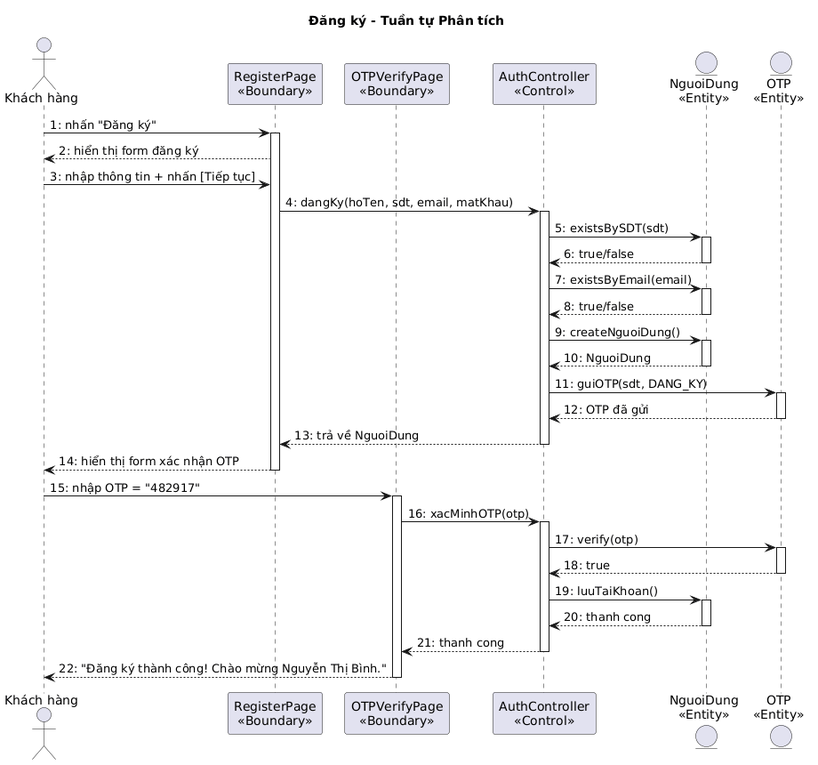
Before: output/diagrams/account_seq_register.png, a diagram exported from PlantUML (thanhtrnnn/cnpm).
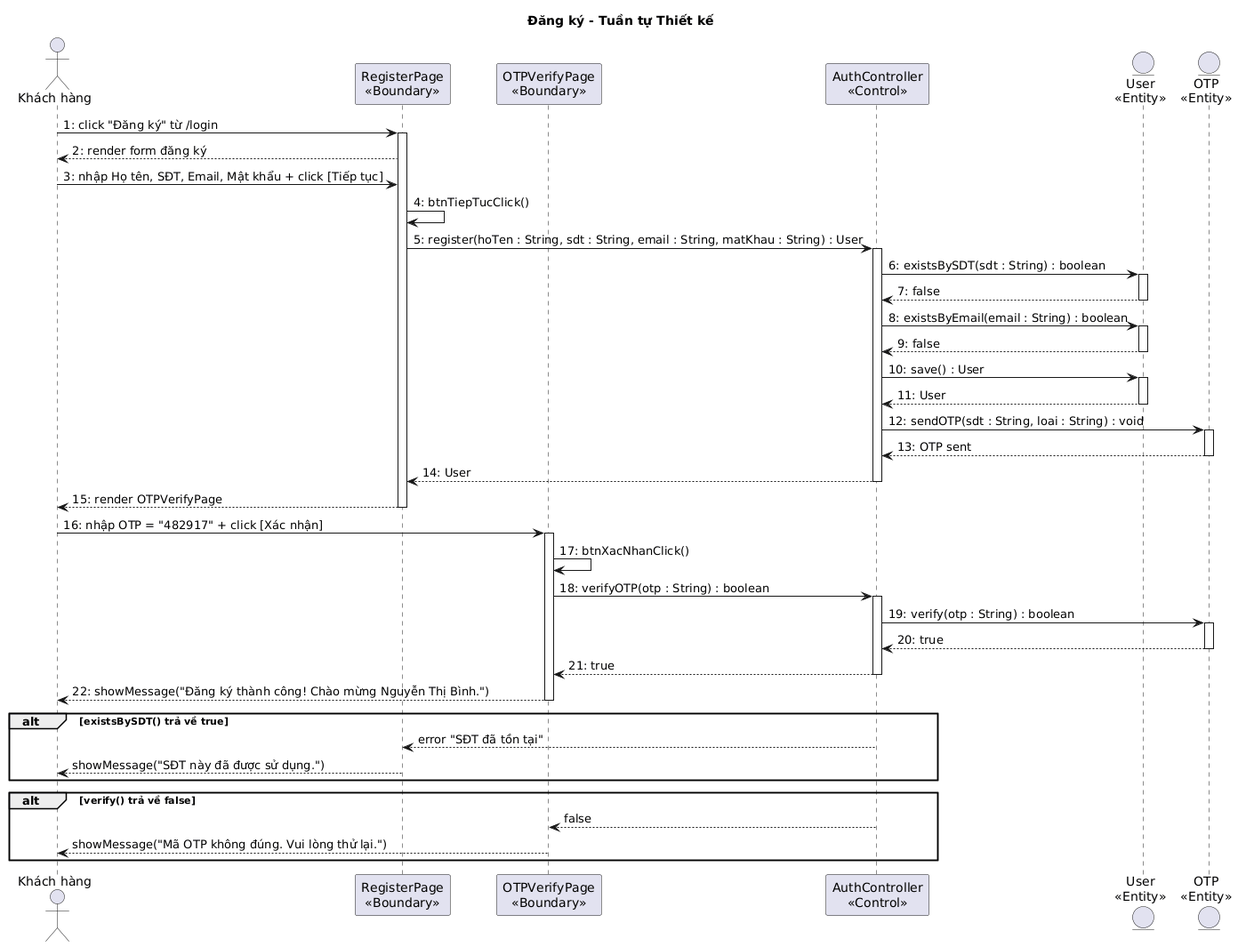
The same file after the commit.

The edit, as a diff of the source:
```diff
@@ -1,54 +1,62 @@
 @startuml
-title Đăng ký - Tuần tự Phân tích
+title Đăng ký - Tuần tự Thiết kế
 
 actor "Khách hàng" as KH
 participant "RegisterPage\n<<Boundary>>" as B1
 participant "OTPVerifyPage\n<<Boundary>>" as B2
 participant "AuthController\n<<Control>>" as C1
-entity "NguoiDung\n<<Entity>>" as E1
+entity "User\n<<Entity>>" as E1
 entity "OTP\n<<Entity>>" as E2
 
-KH -> B1 : 1: nhấn "Đăng ký"
+KH -> B1 : 1: click "Đăng ký" từ /login
 activate B1
-B1 --> KH : 2: hiển thị form đăng ký
-KH -> B1 : 3: nhập thông tin + nhấn [Tiếp tục]
-B1 -> C1 : 4: dangKy(hoTen, sdt, email, matKhau)
+B1 --> KH : 2: render form đăng ký
+KH -> B1 : 3: nhập Họ tên, SĐT, Email, Mật khẩu + click [Tiếp tục]
+B1 -> B1 : 4: btnTiepTucClick()
+B1 -> C1 : 5: register(hoTen : String, sdt : String, email : String, matKhau : String) : User
 activate C1
-C1 -> E1 : 5: existsBySDT(sdt)
+C1 -> E1 : 6: existsBySDT(sdt : String) : boolean
 activate E1
-E1 --> C1 : 6: true/false
+E1 --> C1 : 7: false
 deactivate E1
-C1 -> E1 : 7: existsByEmail(email)
+C1 -> E1 : 8: existsByEmail(email : String) : boolean
 activate E1
-E1 --> C1 : 8: true/false
+E1 --> C1 : 9: false
 deactivate E1
-C1 -> E1 : 9: createNguoiDung()
+C1 -> E1 : 10: save() : User
 activate E1
-E1 --> C1 : 10: NguoiDung
+E1 --> C1 : 11: User
 deactivate E1
-C1 -> E2 : 11: guiOTP(sdt, DANG_KY)
+C1 -> E2 : 12: sendOTP(sdt : String, loai : String) : void
 activate E2
-E2 --> C1 : 12: OTP đã gửi
+E2 --> C1 : 13: OTP sent
 deactivate E2
-C1 --> B1 : 13: trả về NguoiDung
+C1 --> B1 : 14: User
 deactivate C1
-B1 --> KH : 14: hiển thị form xác nhận OTP
+B1 --> KH : 15: render OTPVerifyPage
 deactivate B1
 
-KH -> B2 : 15: nhập OTP = "482917"
+KH -> B2 : 16: nhập OTP = "482917" + click [Xác nhận]
 activate B2
-B2 -> C1 : 16: xacMinhOTP(otp)
+B2 -> B2 : 17: btnXacNhanClick()
+B2 -> C1 : 18: verifyOTP(otp : String) : boolean
 activate C1
-C1 -> E2 : 17: verify(otp)
+C1 -> E2 : 19: verify(otp : String) : boolean
 activate E2
-E2 --> C1 : 18: true
+E2 --> C1 : 20: true
 deactivate E2
-C1 -> E1 : 19: luuTaiKhoan()
-activate E1
-E1 --> C1 : 20: thanh cong
-deactivate E1
-C1 --> B2 : 21: thanh cong
+C1 --> B2 : 21: true
 deactivate C1
-B2 --> KH : 22: "Đăng ký thành công! Chào mừng Nguyễn Thị Bình."
+B2 --> KH : 22: showMessage("Đăng ký thành công! Chào mừng Nguyễn Thị Bình.")
 deactivate B2
+
+alt existsBySDT() trả về true
+  C1 --> B1 : error "SĐT đã tồn tại"
+  B1 --> KH : showMessage("SĐT này đã được sử dụng.")
+end
+
+alt verify() trả về false
+  C1 --> B2 : false
+  B2 --> KH : showMessage("Mã OTP không đúng. Vui lòng thử lại.")
+end
 @enduml
```
